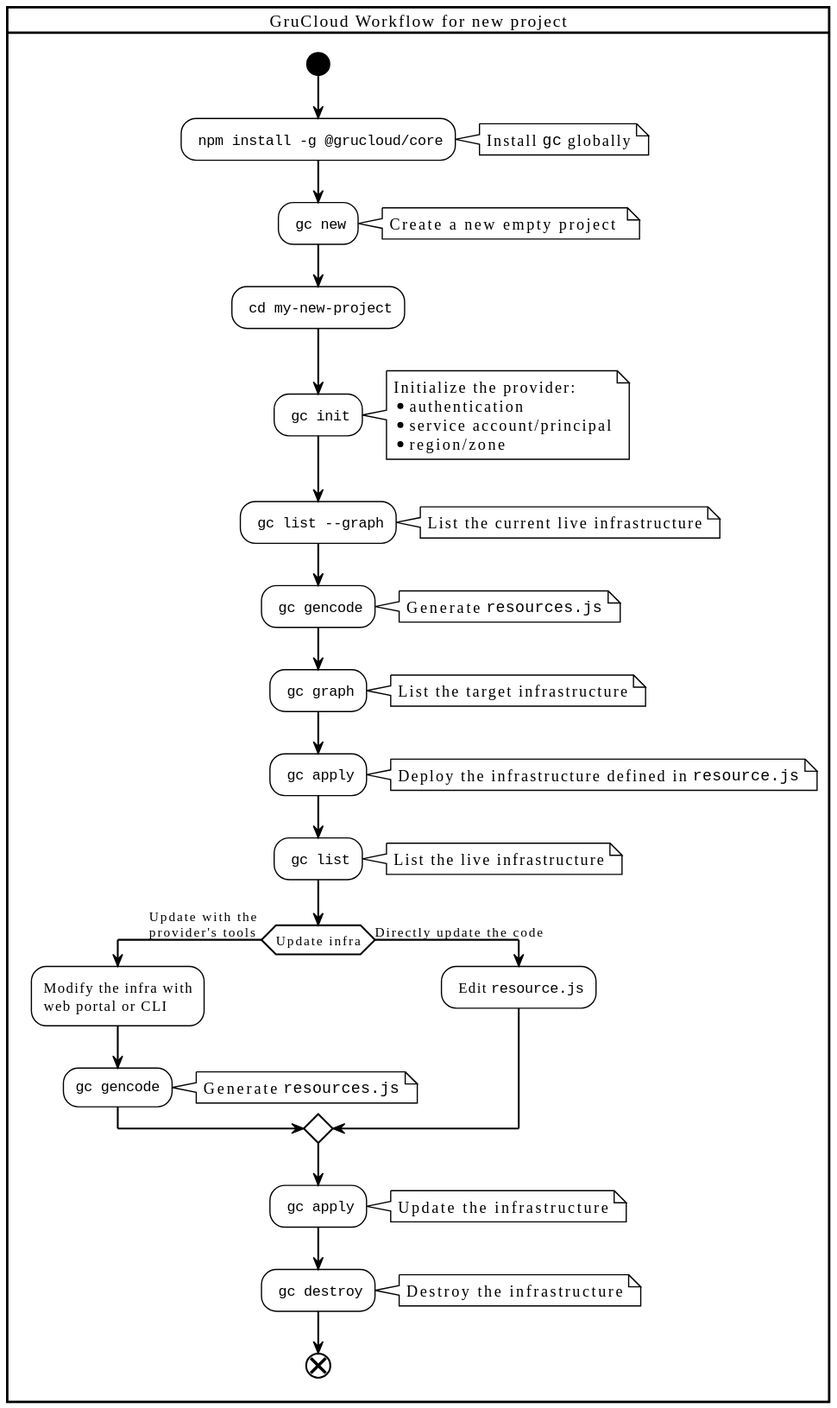
This is docusaurus/plantuml/gc-new-workflow.svg from grucloud/grucloud, a PlantUML export, as it was before one commit.
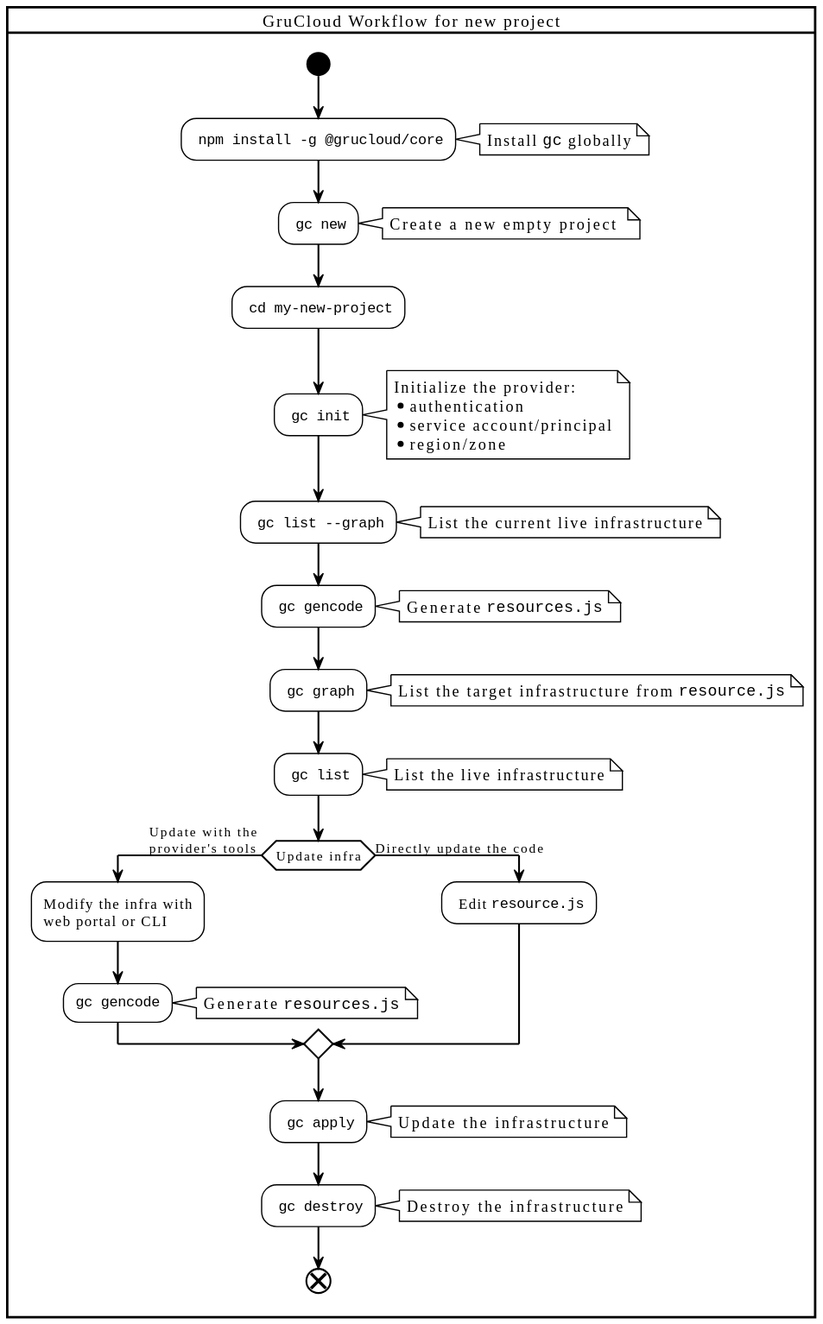
Above is the later version.

Commit message:
aws getting started flowchart

Diff of the diagram source:
```diff
@@ -33,13 +33,9 @@
 
 : ""gc graph"";
 note right
-List the target infrastructure
+List the target infrastructure from ""resource.js""
 end note
 
-: ""gc apply"";
-note right
-Deploy the infrastructure defined in ""resource.js""
-end note
 : ""gc list"";
 note right
 List the live infrastructure
```
